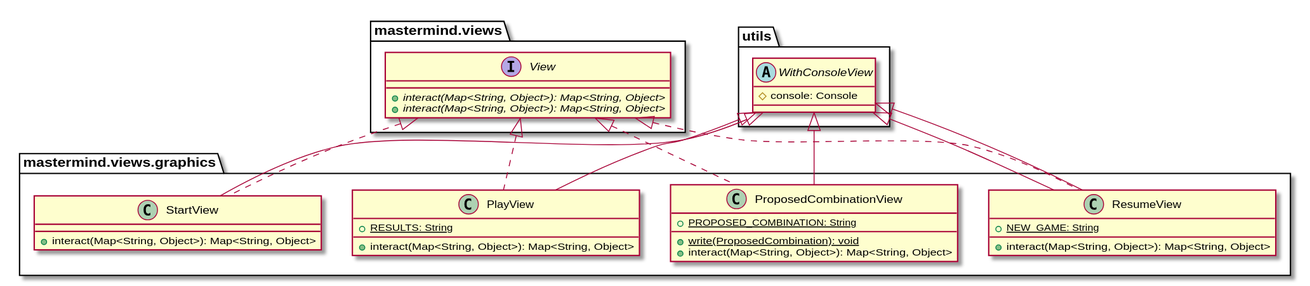
Before: docs/build/docs/asciidoc/images/mastermindViewsGraphics.svg, a diagram exported from PlantUML (amartinm82/mastermind).
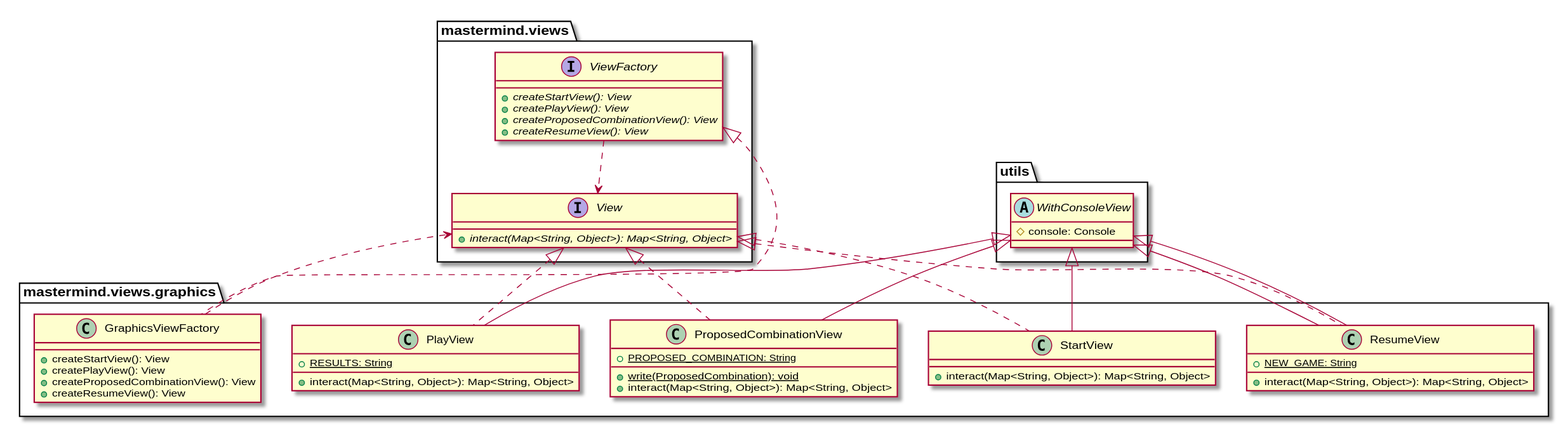
After the change.

What changed in the source:
```diff
@@ -1,8 +1,4 @@
 @startuml
-
-interface mastermind.views.View [[View.html]] {
-    {abstract} +interact(Map<String, Object>): Map<String, Object>
-}
 
 class mastermind.views.graphics.ResumeView [[ResumeView.html]] {
     {static} +NEW_GAME: String
@@ -48,4 +44,19 @@
 
 mastermind.views.View <|.. mastermind.views.graphics.PlayView
 
+interface mastermind.views.ViewFactory {
+    +{abstract} createStartView(): View
+    +{abstract} createPlayView(): View
+    +{abstract} createProposedCombinationView(): View
+    +{abstract} createResumeView(): View
+}
+mastermind.views.ViewFactory ..> mastermind.views.View
+
+class mastermind.views.graphics.GraphicsViewFactory implements mastermind.views.ViewFactory {
+    + createStartView(): View
+    + createPlayView(): View
+    + createProposedCombinationView(): View
+    + createResumeView(): View
+}
+mastermind.views.graphics.GraphicsViewFactory ..> mastermind.views.View
 @enduml
```
